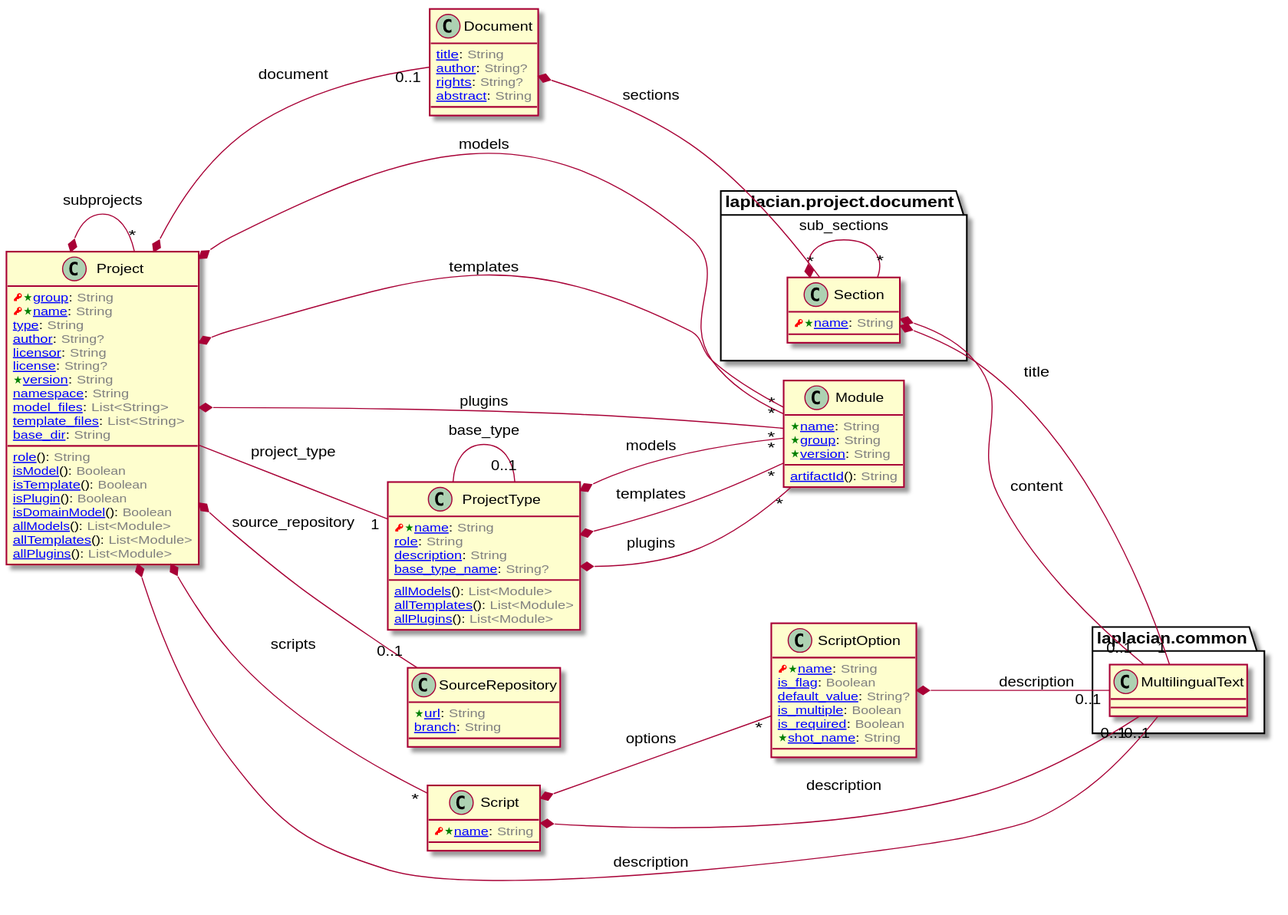
The PlantUML diagram doc/image/model-diagram.svg in laplacian-core/project.domain-model, before a commit.
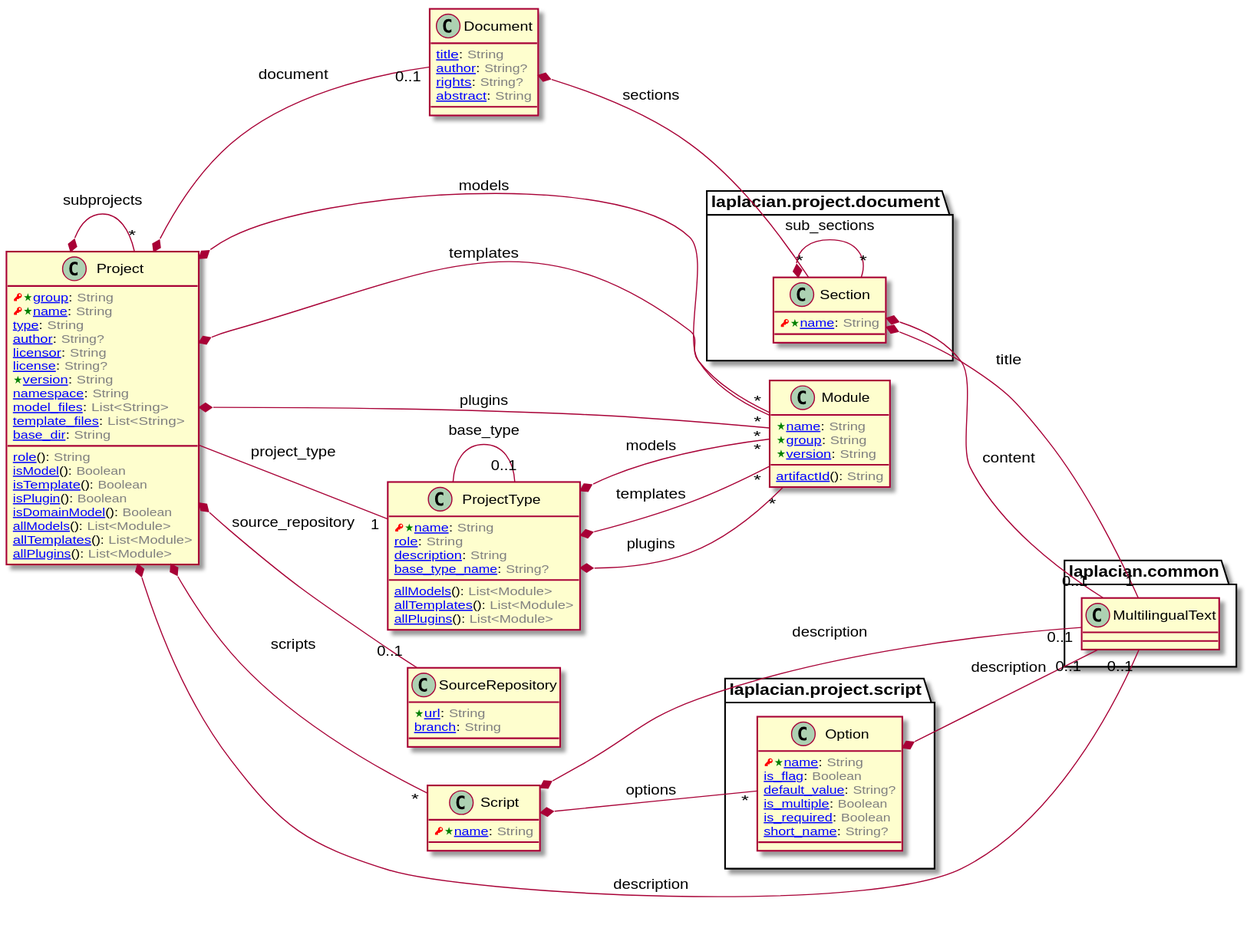
After the commit.

The edit, as a diff of the source:
```diff
@@ -226,19 +226,24 @@
 
 
 
+package laplacian.project.script {
+  class Option {
+  }
+}
 
-Script *-- "*" ScriptOption : options
+
+Script *-- "*" Option : options
 
 
 
 
-class ScriptOption [[/blob/master/doc/entities/ScriptOption.md]] {
-  <color:RED><&key></color><color:Green><&star></color>[[/blob/master/doc/entities/ScriptOption.md#name-string name]]: <color:GRAY>String</color>
-  [[/blob/master/doc/entities/ScriptOption.md#is_flag-boolean is_flag]]: <color:GRAY>Boolean</color>
-  [[/blob/master/doc/entities/ScriptOption.md#default_value-string default_value]]: <color:GRAY>String?</color>
-  [[/blob/master/doc/entities/ScriptOption.md#is_multiple-boolean is_multiple]]: <color:GRAY>Boolean</color>
-  [[/blob/master/doc/entities/ScriptOption.md#is_required-boolean is_required]]: <color:GRAY>Boolean</color>
-  <color:Green><&star></color>[[/blob/master/doc/entities/ScriptOption.md#shot_name-string shot_name]]: <color:GRAY>String</color>
+class Option [[/blob/master/doc/entities/Option.md]] {
+  <color:RED><&key></color><color:Green><&star></color>[[/blob/master/doc/entities/Option.md#name-string name]]: <color:GRAY>String</color>
+  [[/blob/master/doc/entities/Option.md#is_flag-boolean is_flag]]: <color:GRAY>Boolean</color>
+  [[/blob/master/doc/entities/Option.md#default_value-string default_value]]: <color:GRAY>String?</color>
+  [[/blob/master/doc/entities/Option.md#is_multiple-boolean is_multiple]]: <color:GRAY>Boolean</color>
+  [[/blob/master/doc/entities/Option.md#is_required-boolean is_required]]: <color:GRAY>Boolean</color>
+  [[/blob/master/doc/entities/Option.md#short_name-string short_name]]: <color:GRAY>String?</color>
 }
 
 
@@ -251,7 +256,7 @@
 }
 
 
-ScriptOption *-- "0..1" MultilingualText : description
+Option *-- "0..1" MultilingualText : description
 
 
 
```
